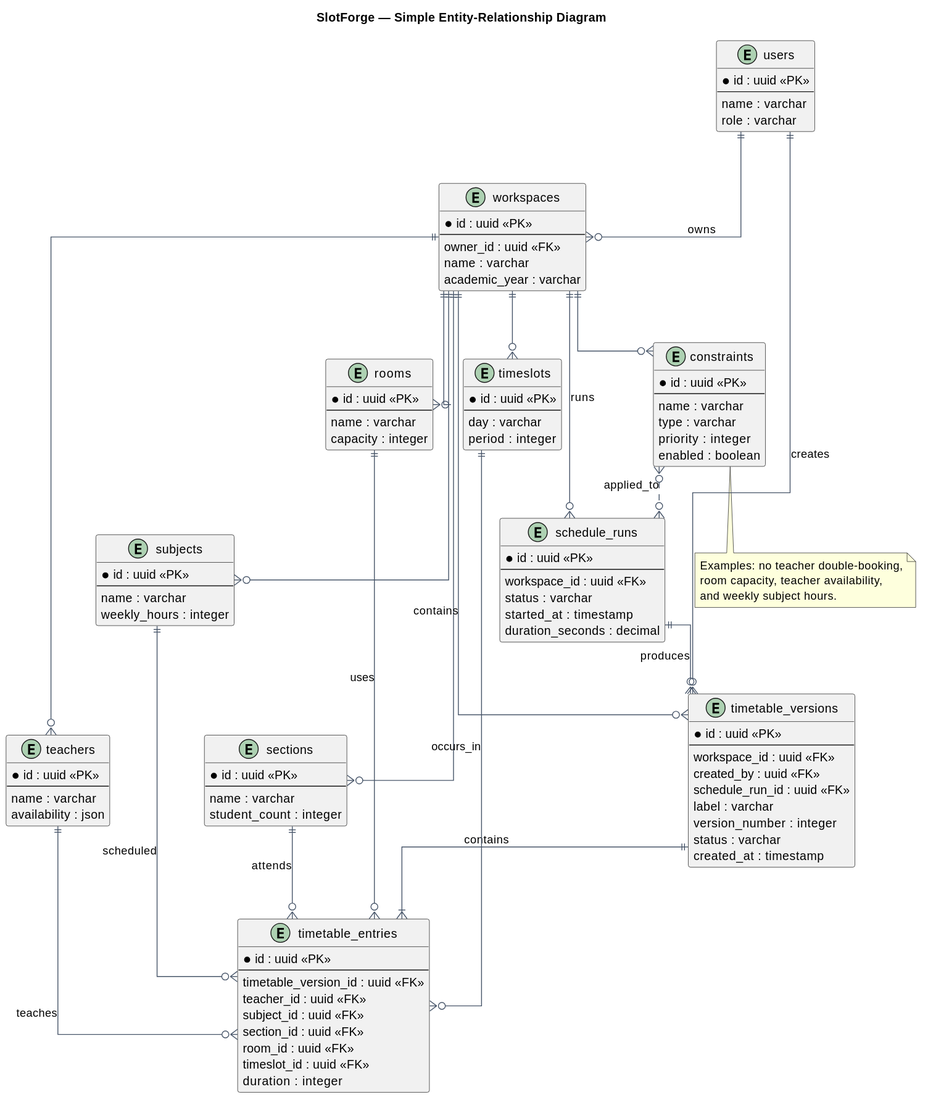
Above: docs/uml/v2/er-diagram.svg in revanthlol/SlotForge (PlantUML), before the change. The source it was exported from:
```plantuml
@startuml
title SlotForge — Simple Entity-Relationship Diagram
hide methods
hide stereotypes
skinparam linetype ortho
skinparam shadowing false
skinparam entity {
  BackgroundColor #F8FAFC
  BorderColor #334155
}
skinparam ArrowColor #475569

entity users {
  * id : uuid <<PK>>
  --
  name : varchar
  role : varchar
}

entity workspaces {
  * id : uuid <<PK>>
  --
  owner_id : uuid <<FK>>
  name : varchar
  academic_year : varchar
}

entity teachers {
  * id : uuid <<PK>>
  --
  name : varchar
  availability : json
}

entity subjects {
  * id : uuid <<PK>>
  --
  name : varchar
  weekly_hours : integer
}

entity sections {
  * id : uuid <<PK>>
  --
  name : varchar
  student_count : integer
}

entity rooms {
  * id : uuid <<PK>>
  --
  name : varchar
  capacity : integer
}

entity timeslots {
  * id : uuid <<PK>>
  --
  day : varchar
  period : integer
}

entity constraints {
  * id : uuid <<PK>>
  --
  name : varchar
  type : varchar
  priority : integer
  enabled : boolean
}

entity schedule_runs {
  * id : uuid <<PK>>
  --
  workspace_id : uuid <<FK>>
  status : varchar
  started_at : timestamp
  duration_seconds : decimal
}

entity timetable_versions {
  * id : uuid <<PK>>
  --
  workspace_id : uuid <<FK>>
  created_by : uuid <<FK>>
  schedule_run_id : uuid <<FK>>
  label : varchar
  version_number : integer
  status : varchar
  created_at : timestamp
}

entity timetable_entries {
  * id : uuid <<PK>>
  --
  timetable_version_id : uuid <<FK>>
  teacher_id : uuid <<FK>>
  subject_id : uuid <<FK>>
  section_id : uuid <<FK>>
  room_id : uuid <<FK>>
  timeslot_id : uuid <<FK>>
  duration : integer
}

users ||--o{ workspaces : owns
workspaces ||--o{ teachers
workspaces ||--o{ subjects
workspaces ||--o{ sections
workspaces ||--o{ rooms
workspaces ||--o{ timeslots
workspaces ||--o{ constraints
workspaces ||--o{ schedule_runs : runs
workspaces ||--o{ timetable_versions : contains
users ||--o{ timetable_versions : creates
schedule_runs ||--o{ timetable_versions : produces
timetable_versions ||--|{ timetable_entries : contains
teachers ||--o{ timetable_entries : teaches
subjects ||--o{ timetable_entries : scheduled
sections ||--o{ timetable_entries : attends
rooms ||--o{ timetable_entries : uses
timeslots ||--o{ timetable_entries : occurs_in
constraints }o..o{ schedule_runs : applied_to

note bottom of constraints
  Examples: no teacher double-booking,
  room capacity, teacher availability,
  and weekly subject hours.
end note
@enduml
```
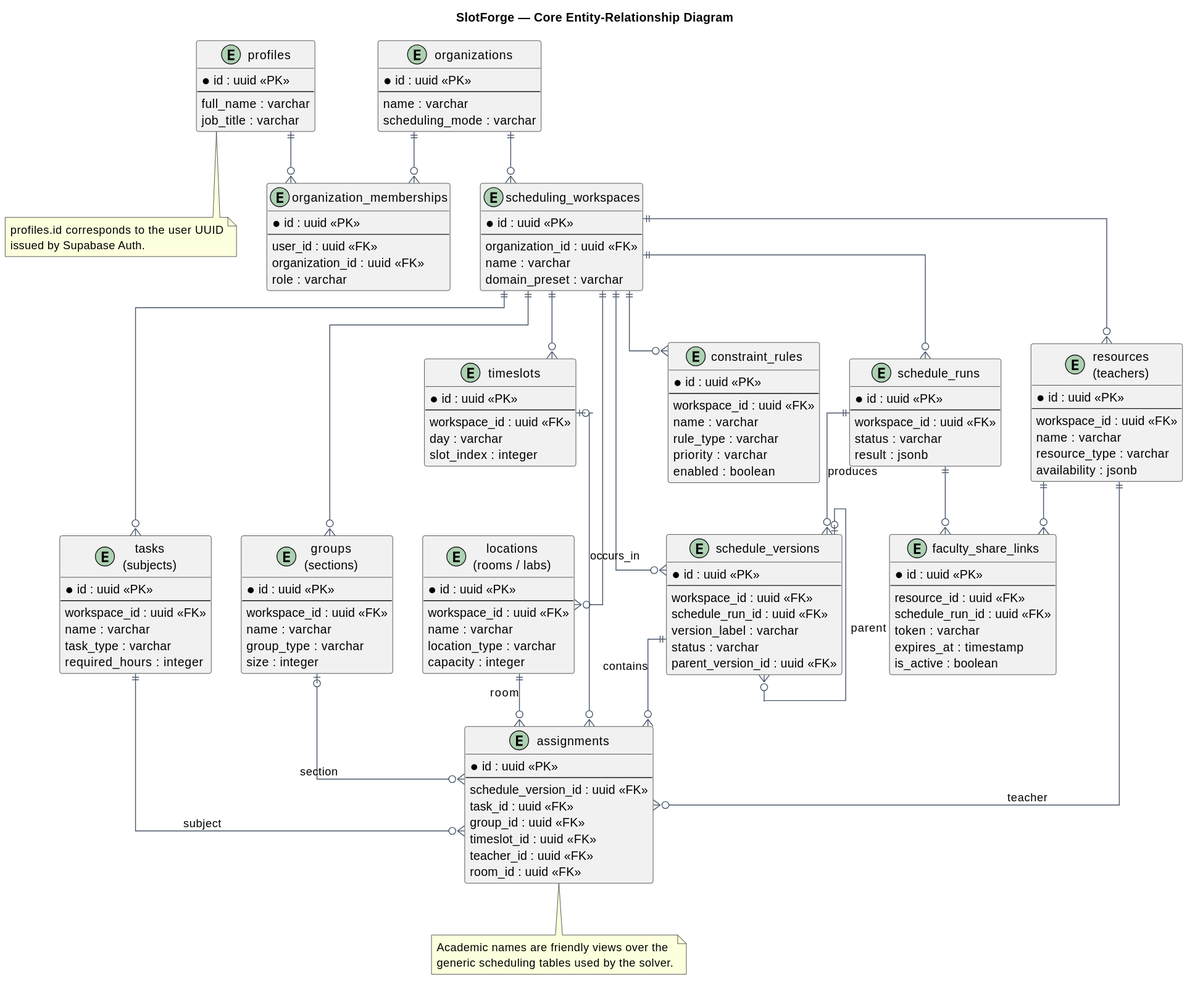
Above is the later version.

Diff of the diagram source:
```diff
@@ -1,5 +1,5 @@
 @startuml
-title SlotForge — Simple Entity-Relationship Diagram
+title SlotForge — Core Entity-Relationship Diagram
 hide methods
 hide stereotypes
 skinparam linetype ortho
@@ -10,120 +10,144 @@
 }
 skinparam ArrowColor #475569
 
-entity users {
+entity "profiles" as profiles {
+  * id : uuid <<PK>>
+  --
+  full_name : varchar
+  job_title : varchar
+}
+entity "organizations" as organizations {
   * id : uuid <<PK>>
   --
   name : varchar
+  scheduling_mode : varchar
+}
+entity "organization_memberships" as memberships {
+  * id : uuid <<PK>>
+  --
+  user_id : uuid <<FK>>
+  organization_id : uuid <<FK>>
   role : varchar
 }
-
-entity workspaces {
+entity "scheduling_workspaces" as workspaces {
   * id : uuid <<PK>>
   --
-  owner_id : uuid <<FK>>
+  organization_id : uuid <<FK>>
   name : varchar
-  academic_year : varchar
+  domain_preset : varchar
 }
-
-entity teachers {
+entity "resources\n(teachers)" as resources {
   * id : uuid <<PK>>
   --
+  workspace_id : uuid <<FK>>
   name : varchar
-  availability : json
+  resource_type : varchar
+  availability : jsonb
 }
-
-entity subjects {
+entity "tasks\n(subjects)" as tasks {
   * id : uuid <<PK>>
   --
+  workspace_id : uuid <<FK>>
   name : varchar
-  weekly_hours : integer
+  task_type : varchar
+  required_hours : integer
 }
-
-entity sections {
+entity "groups\n(sections)" as groups {
   * id : uuid <<PK>>
   --
+  workspace_id : uuid <<FK>>
   name : varchar
-  student_count : integer
+  group_type : varchar
+  size : integer
 }
-
-entity rooms {
+entity "locations\n(rooms / labs)" as locations {
   * id : uuid <<PK>>
   --
+  workspace_id : uuid <<FK>>
   name : varchar
+  location_type : varchar
   capacity : integer
 }
-
 entity timeslots {
   * id : uuid <<PK>>
   --
+  workspace_id : uuid <<FK>>
   day : varchar
-  period : integer
+  slot_index : integer
 }
-
-entity constraints {
+entity constraint_rules {
   * id : uuid <<PK>>
   --
+  workspace_id : uuid <<FK>>
   name : varchar
-  type : varchar
-  priority : integer
+  rule_type : varchar
+  priority : varchar
   enabled : boolean
 }
-
 entity schedule_runs {
   * id : uuid <<PK>>
   --
   workspace_id : uuid <<FK>>
   status : varchar
-  started_at : timestamp
-  duration_seconds : decimal
+  result : jsonb
 }
-
-entity timetable_versions {
+entity schedule_versions {
   * id : uuid <<PK>>
   --
   workspace_id : uuid <<FK>>
-  created_by : uuid <<FK>>
   schedule_run_id : uuid <<FK>>
-  label : varchar
-  version_number : integer
+  version_label : varchar
   status : varchar
-  created_at : timestamp
+  parent_version_id : uuid <<FK>>
+}
+entity assignments {
+  * id : uuid <<PK>>
+  --
+  schedule_version_id : uuid <<FK>>
+  task_id : uuid <<FK>>
+  group_id : uuid <<FK>>
+  timeslot_id : uuid <<FK>>
+  teacher_id : uuid <<FK>>
+  room_id : uuid <<FK>>
+}
+entity faculty_share_links {
+  * id : uuid <<PK>>
+  --
+  resource_id : uuid <<FK>>
+  schedule_run_id : uuid <<FK>>
+  token : varchar
+  expires_at : timestamp
+  is_active : boolean
 }
 
-entity timetable_entries {
-  * id : uuid <<PK>>
-  --
-  timetable_version_id : uuid <<FK>>
-  teacher_id : uuid <<FK>>
-  subject_id : uuid <<FK>>
-  section_id : uuid <<FK>>
-  room_id : uuid <<FK>>
-  timeslot_id : uuid <<FK>>
-  duration : integer
-}
+profiles ||--o{ memberships
+organizations ||--o{ memberships
+organizations ||--o{ workspaces
+workspaces ||--o{ resources
+workspaces ||--o{ tasks
+workspaces ||--o{ groups
+workspaces ||--o{ locations
+workspaces ||--o{ timeslots
+workspaces ||--o{ constraint_rules
+workspaces ||--o{ schedule_runs
+workspaces ||--o{ schedule_versions
+schedule_runs ||--o{ schedule_versions : produces
+schedule_versions ||--o{ assignments : contains
+schedule_versions |o--o{ schedule_versions : parent
+resources ||--o{ assignments : teacher
+tasks ||--o{ assignments : subject
+groups |o--o{ assignments : section
+locations ||--o{ assignments : room
+timeslots |o--o{ assignments : occurs_in
+resources ||--o{ faculty_share_links
+schedule_runs ||--o{ faculty_share_links
 
-users ||--o{ workspaces : owns
-workspaces ||--o{ teachers
-workspaces ||--o{ subjects
-workspaces ||--o{ sections
-workspaces ||--o{ rooms
-workspaces ||--o{ timeslots
-workspaces ||--o{ constraints
-workspaces ||--o{ schedule_runs : runs
-workspaces ||--o{ timetable_versions : contains
-users ||--o{ timetable_versions : creates
-schedule_runs ||--o{ timetable_versions : produces
-timetable_versions ||--|{ timetable_entries : contains
-teachers ||--o{ timetable_entries : teaches
-subjects ||--o{ timetable_entries : scheduled
-sections ||--o{ timetable_entries : attends
-rooms ||--o{ timetable_entries : uses
-timeslots ||--o{ timetable_entries : occurs_in
-constraints }o..o{ schedule_runs : applied_to
-
-note bottom of constraints
-  Examples: no teacher double-booking,
-  room capacity, teacher availability,
-  and weekly subject hours.
+note bottom of profiles
+  profiles.id corresponds to the user UUID
+  issued by Supabase Auth.
+end note
+note bottom of assignments
+  Academic names are friendly views over the
+  generic scheduling tables used by the solver.
 end note
 @enduml
```
